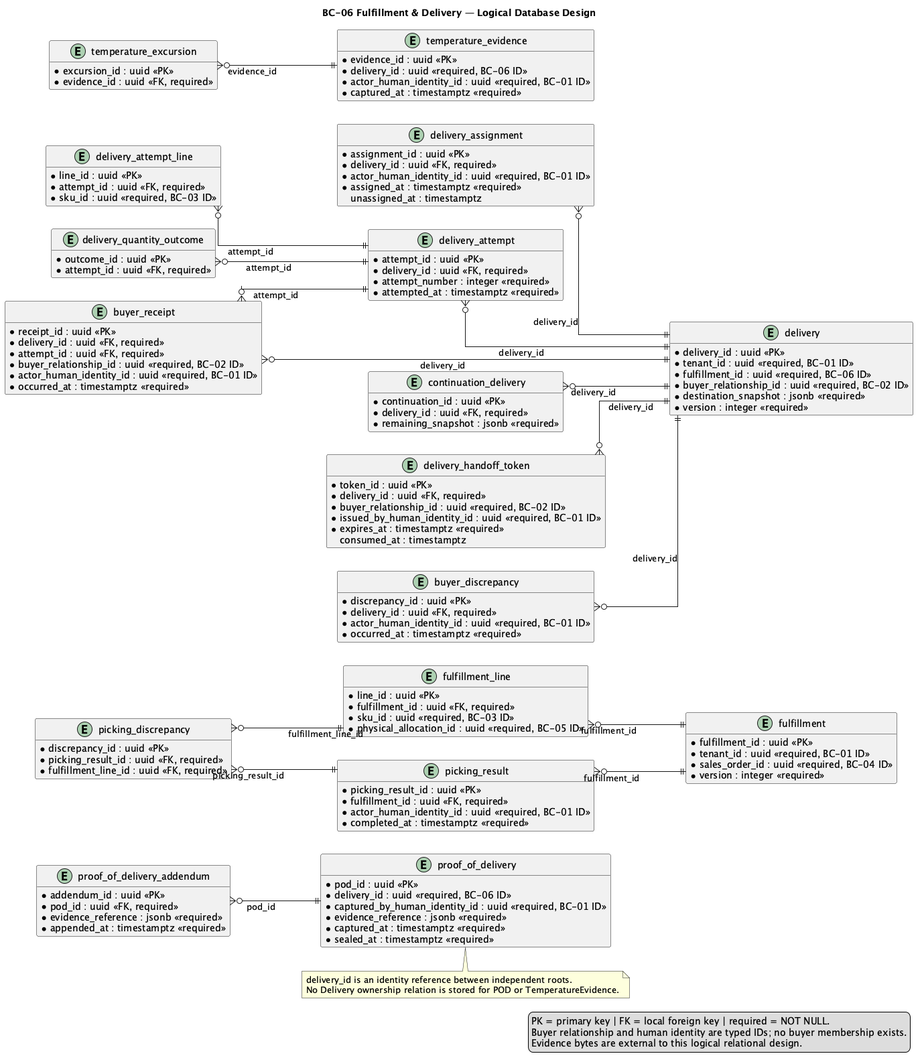
Above: report/assets/chapter-2/tactical/BC-06/database-diagram.png in nexa-suite/mobile-report (PlantUML), before the change.
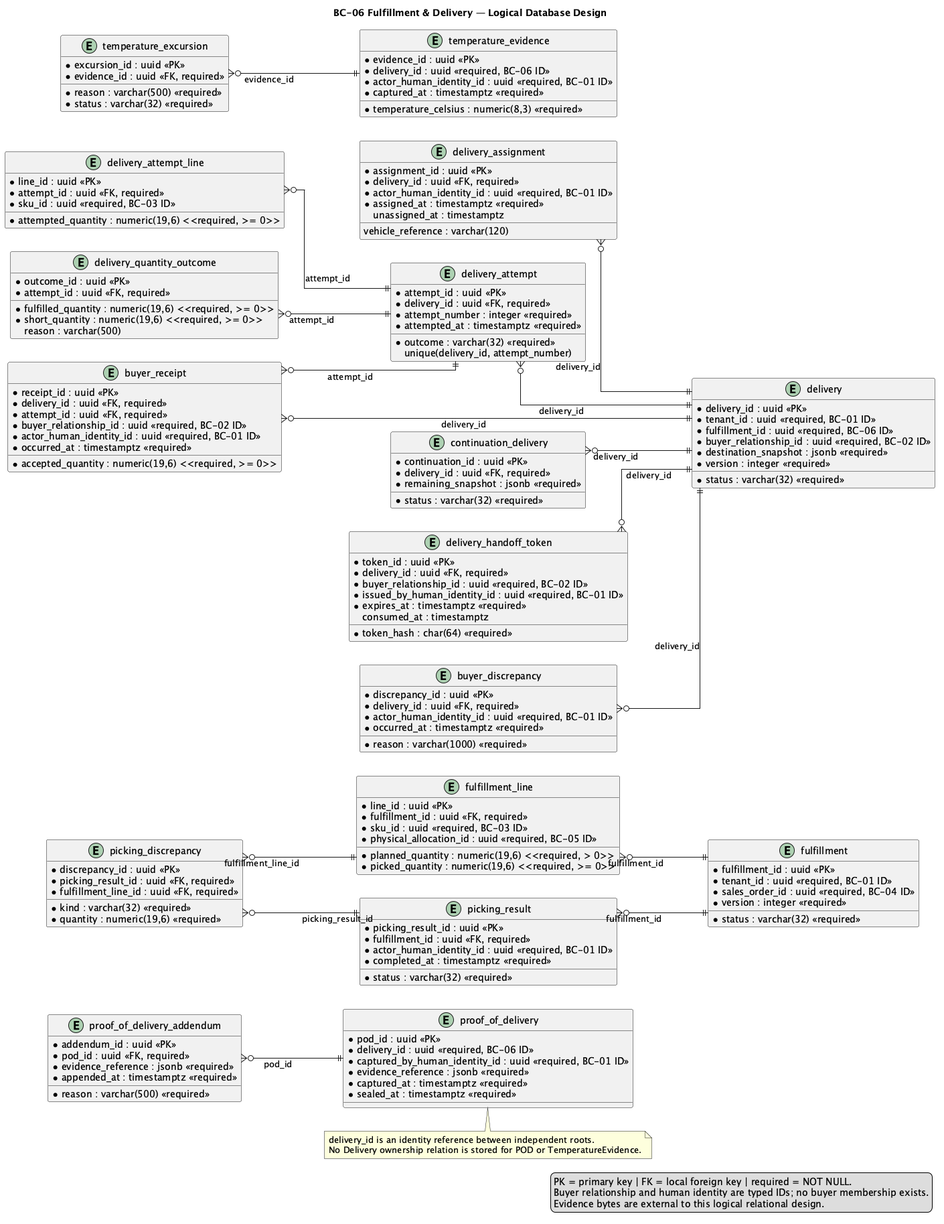
Above is the later version.

The edit, as a diff of the source:
```diff
@@ -1,7 +1,6 @@
 @startuml
 title BC-06 Fulfillment & Delivery — Logical Database Design
 left to right direction
-hide methods
 skinparam shadowing false
 skinparam linetype ortho
 skinparam entity {
@@ -23,8 +22,8 @@
   * fulfillment_id : uuid <<FK, required>>
   * sku_id : uuid <<required, BC-03 ID>>
   * physical_allocation_id : uuid <<required, BC-05 ID>>
-  * planned_quantity : numeric(19,6) <<required>>
-  * picked_quantity : numeric(19,6) <<required>>
+  * planned_quantity : numeric(19,6) <<required, > 0>>
+  * picked_quantity : numeric(19,6) <<required, >= 0>>
 }
 
 entity "picking_result" as picking_result {
@@ -68,20 +67,21 @@
   * attempt_number : integer <<required>>
   * attempted_at : timestamptz <<required>>
   * outcome : varchar(32) <<required>>
+    unique(delivery_id, attempt_number)
 }
 
 entity "delivery_attempt_line" as delivery_attempt_line {
   * line_id : uuid <<PK>>
   * attempt_id : uuid <<FK, required>>
   * sku_id : uuid <<required, BC-03 ID>>
-  * attempted_quantity : numeric(19,6) <<required>>
+  * attempted_quantity : numeric(19,6) <<required, >= 0>>
 }
 
 entity "delivery_quantity_outcome" as delivery_quantity_outcome {
   * outcome_id : uuid <<PK>>
   * attempt_id : uuid <<FK, required>>
-  * fulfilled_quantity : numeric(19,6) <<required>>
-  * short_quantity : numeric(19,6) <<required>>
+  * fulfilled_quantity : numeric(19,6) <<required, >= 0>>
+  * short_quantity : numeric(19,6) <<required, >= 0>>
     reason : varchar(500)
 }
 
@@ -108,7 +108,7 @@
   * attempt_id : uuid <<FK, required>>
   * buyer_relationship_id : uuid <<required, BC-02 ID>>
   * actor_human_identity_id : uuid <<required, BC-01 ID>>
-  * accepted_quantity : numeric(19,6) <<required>>
+  * accepted_quantity : numeric(19,6) <<required, >= 0>>
   * occurred_at : timestamptz <<required>>
 }
 
```
